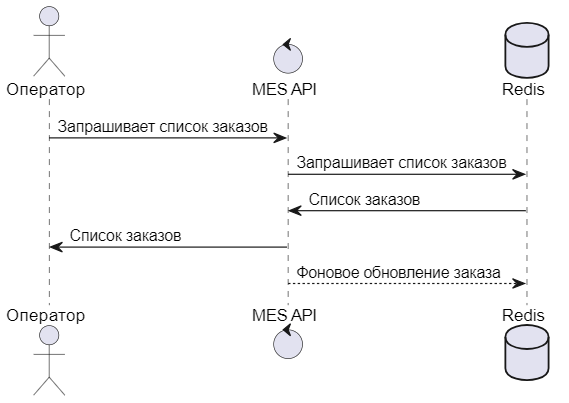
Before: Exc5/cache-orders.png, a diagram exported from PlantUML (AndreyLitvinov/architecture-sprint-4). Its source is kept beside it as Exc5/cache-orders.puml. Source of this version:
```plantuml
@startuml

actor       Оператор    as operator
control     "MES API"   as mes
database    Redis       as cache

operator -> mes : Запрашивает список заказов
mes -> cache : Запрашивает список заказов
cache -> mes : Список заказов
mes -> operator : Список заказов

mes --> cache : Фоновое обновление заказа

@enduml
```
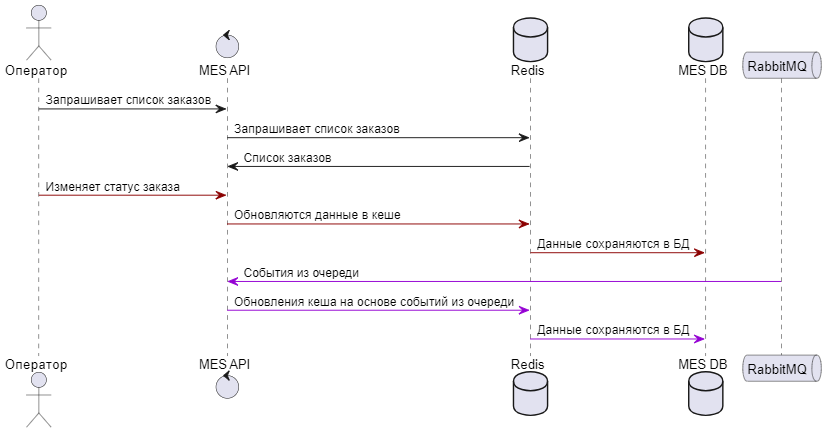
Later version of the same file.

Diff of the diagram source:
```diff
@@ -3,12 +3,20 @@
 actor       Оператор    as operator
 control     "MES API"   as mes
 database    Redis       as cache
+database    "MES DB"    as mesdb
+queue       RabbitMQ    as queuermq
 
 operator -> mes : Запрашивает список заказов
 mes -> cache : Запрашивает список заказов
 cache -> mes : Список заказов
-mes -> operator : Список заказов
 
-mes --> cache : Фоновое обновление заказа
+operator [#DarkRed]-> mes: Изменяет статус заказа
+mes [#DarkRed]-> cache : Обновляются данные в кеше
+cache [#DarkRed]-> mesdb : Данные сохраняются в БД
+
+queuermq [#DarkViolet]-> mes : События из очереди
+mes [#DarkViolet]-> cache : Обновления кеша на основе событий из очереди
+cache [#DarkViolet]-> mesdb : Данные сохраняются в БД
+
 
 @enduml
```
